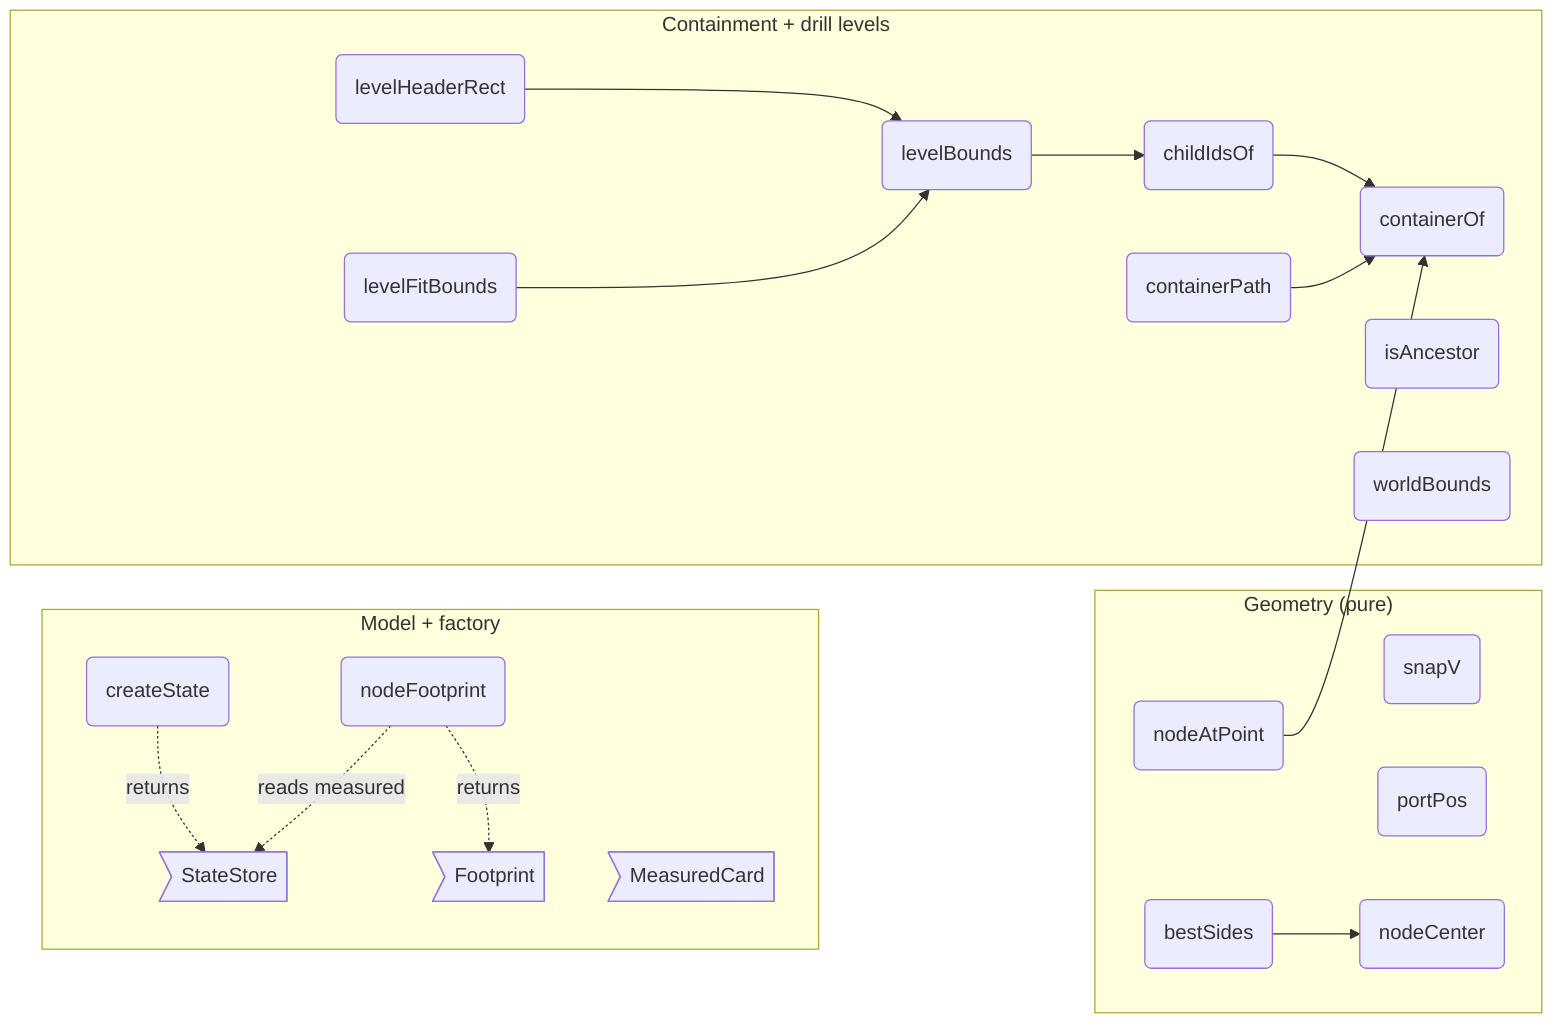
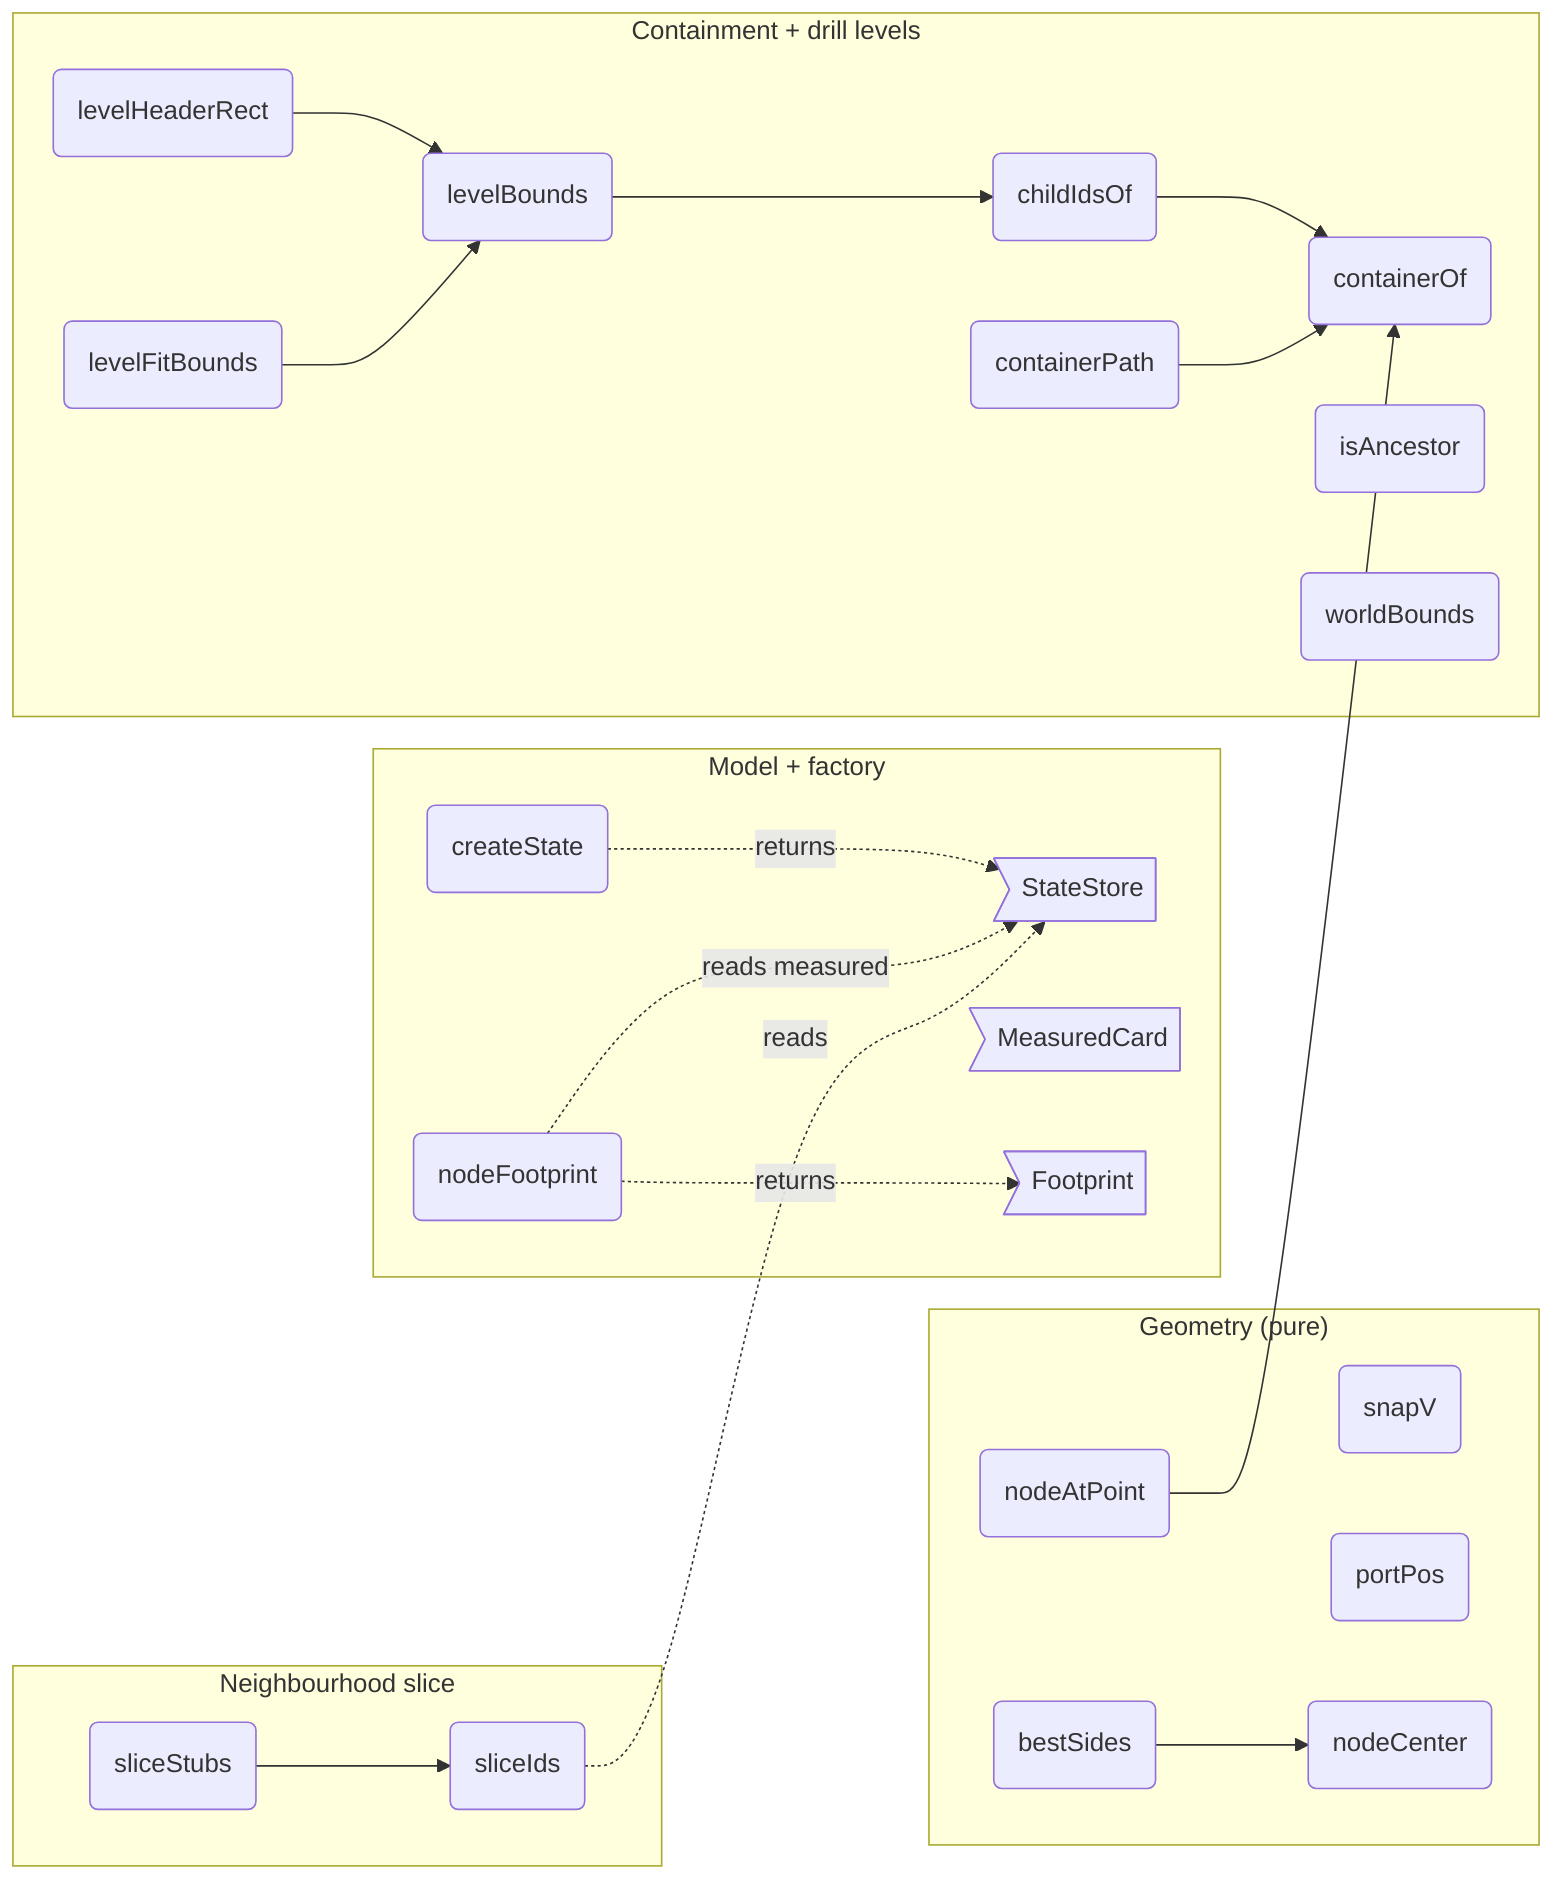
flowchart LR
%% root state

%% src StateStore src/core/state/state.ts#StateStore
%% kind StateStore type
%% fm:meta StateStore name=StateStore
%% fm:meta StateStore desc=source-of-truth model: nodes, edges, selection, id counters, dir, roots, measured cards
%% fm:meta StateStore state=nodes: Record<string, DiagramNode>
%% fm:meta StateStore state=edges: DiagramEdge[]
%% fm:meta StateStore state=sel: Set<string>
%% fm:meta StateStore state=roots: string[]

%% src MeasuredCard src/core/state/state.ts#MeasuredCard
%% kind MeasuredCard type
%% fm:meta MeasuredCard name=MeasuredCard
%% fm:meta MeasuredCard desc=last measured frontmatter-card size for a node, written by render post-paint pass

%% src Footprint src/core/state/state.ts#Footprint
%% kind Footprint type
%% fm:meta Footprint name=Footprint
%% fm:meta Footprint desc=on-canvas footprint rect in world pixels, node box plus frontmatter card

%% src createState src/core/state/state.ts#createState
%% kind createState function
%% fm:meta createState name=createState
%% fm:meta createState desc=create a fresh empty model with default counters and direction
%% fm:meta createState i0.name=createState
%% fm:meta createState i0.returns=StateStore

%% src nodeFootprint src/core/state/state.ts#nodeFootprint
%% kind nodeFootprint function
%% fm:meta nodeFootprint name=nodeFootprint
%% fm:meta nodeFootprint desc=footprint of a node (box plus card) read from the model alone
%% fm:meta nodeFootprint i0.name=nodeFootprint
%% fm:meta nodeFootprint i0.accepts=state: StateStore
%% fm:meta nodeFootprint i0.accepts=n: DiagramNode
%% fm:meta nodeFootprint i0.accepts=showFrontmatter: boolean
%% fm:meta nodeFootprint i0.returns=Footprint

%% src snapV src/core/state/state.ts#snapV
%% kind snapV function
%% fm:meta snapV name=snapV
%% fm:meta snapV desc=snap a coordinate to the grid when snap is on
%% fm:meta snapV i0.name=snapV
%% fm:meta snapV i0.accepts=v: number
%% fm:meta snapV i0.accepts=snap: boolean
%% fm:meta snapV i0.returns=number

%% src portPos src/core/state/state.ts#portPos
%% kind portPos function
%% fm:meta portPos name=portPos
%% fm:meta portPos desc=world-space position of a node port on a given side
%% fm:meta portPos i0.name=portPos
%% fm:meta portPos i0.accepts=node: DiagramNode
%% fm:meta portPos i0.accepts=side: PortSide
%% fm:meta portPos i0.returns=Point

%% src nodeCenter src/core/state/state.ts#nodeCenter
%% kind nodeCenter function
%% fm:meta nodeCenter name=nodeCenter
%% fm:meta nodeCenter desc=centre point of a node box
%% fm:meta nodeCenter i0.name=nodeCenter
%% fm:meta nodeCenter i0.accepts=n: DiagramNode
%% fm:meta nodeCenter i0.returns={ cx: number; cy: number }

%% src bestSides src/core/state/state.ts#bestSides
%% kind bestSides function
%% fm:meta bestSides name=bestSides
%% fm:meta bestSides desc=pick the nearest facing port sides for an edge between two nodes
%% fm:meta bestSides i0.name=bestSides
%% fm:meta bestSides i0.accepts=a: DiagramNode
%% fm:meta bestSides i0.accepts=b: DiagramNode
%% fm:meta bestSides i0.returns=[PortSide, PortSide]

%% src nodeAtPoint src/core/state/state.ts#nodeAtPoint
%% kind nodeAtPoint function
%% fm:meta nodeAtPoint name=nodeAtPoint
%% fm:meta nodeAtPoint desc=topmost node whose box contains a world point at one drill level
%% fm:meta nodeAtPoint i0.name=nodeAtPoint
%% fm:meta nodeAtPoint i0.accepts=state: StateStore
%% fm:meta nodeAtPoint i0.accepts=wx: number
%% fm:meta nodeAtPoint i0.accepts=wy: number
%% fm:meta nodeAtPoint i0.accepts=container: string | null
%% fm:meta nodeAtPoint i0.returns=string | null

%% src containerOf src/core/state/state.ts#containerOf
%% kind containerOf function
%% fm:meta containerOf name=containerOf
%% fm:meta containerOf desc=nearest non-group ancestor (the drill level a node lives at) or null
%% fm:meta containerOf i0.name=containerOf
%% fm:meta containerOf i0.accepts=state: StateStore
%% fm:meta containerOf i0.accepts=id: string
%% fm:meta containerOf i0.returns=string | null

%% src childIdsOf src/core/state/state.ts#childIdsOf
%% kind childIdsOf function
%% fm:meta childIdsOf name=childIdsOf
%% fm:meta childIdsOf desc=ids of every node living directly at a container drill level
%% fm:meta childIdsOf i0.name=childIdsOf
%% fm:meta childIdsOf i0.accepts=state: StateStore
%% fm:meta childIdsOf i0.accepts=container: string | null
%% fm:meta childIdsOf i0.returns=string[]

%% src containerPath src/core/state/state.ts#containerPath
%% kind containerPath function
%% fm:meta containerPath name=containerPath
%% fm:meta containerPath desc=root-first chain of non-group container ids enclosing a container
%% fm:meta containerPath i0.name=containerPath
%% fm:meta containerPath i0.accepts=state: StateStore
%% fm:meta containerPath i0.accepts=container: string | null
%% fm:meta containerPath i0.returns=string[]

%% src levelBounds src/core/state/state.ts#levelBounds
%% kind levelBounds function
%% fm:meta levelBounds name=levelBounds
%% fm:meta levelBounds desc=bounding box of just the nodes at a container level, or null when empty
%% fm:meta levelBounds i0.name=levelBounds
%% fm:meta levelBounds i0.accepts=state: StateStore
%% fm:meta levelBounds i0.accepts=container: string | null
%% fm:meta levelBounds i0.returns={ minX: number; minY: number; maxX: number; maxY: number } | null

%% src levelHeaderRect src/core/state/state.ts#levelHeaderRect
%% kind levelHeaderRect function
%% fm:meta levelHeaderRect name=levelHeaderRect
%% fm:meta levelHeaderRect desc=where to draw the container node above its children on a drilled level
%% fm:meta levelHeaderRect i0.name=levelHeaderRect
%% fm:meta levelHeaderRect i0.accepts=state: StateStore
%% fm:meta levelHeaderRect i0.accepts=container: string | null
%% fm:meta levelHeaderRect i0.returns={ x: number; y: number; w: number; h: number } | null

%% src levelFitBounds src/core/state/state.ts#levelFitBounds
%% kind levelFitBounds function
%% fm:meta levelFitBounds name=levelFitBounds
%% fm:meta levelFitBounds desc=bounds the camera should fit at a level, children plus the container node
%% fm:meta levelFitBounds i0.name=levelFitBounds
%% fm:meta levelFitBounds i0.accepts=state: StateStore
%% fm:meta levelFitBounds i0.accepts=container: string | null
%% fm:meta levelFitBounds i0.returns={ minX: number; minY: number; maxX: number; maxY: number } | null

%% src isAncestor src/core/state/state.ts#isAncestor
%% kind isAncestor function
%% fm:meta isAncestor name=isAncestor
%% fm:meta isAncestor desc=true when anc sits somewhere on a node parent chain (cycle guard)
%% fm:meta isAncestor i0.name=isAncestor
%% fm:meta isAncestor i0.accepts=state: StateStore
%% fm:meta isAncestor i0.accepts=anc: string
%% fm:meta isAncestor i0.accepts=node: string
%% fm:meta isAncestor i0.returns=boolean

%% src worldBounds src/core/state/state.ts#worldBounds
%% kind worldBounds function
%% fm:meta worldBounds name=worldBounds
%% fm:meta worldBounds desc=bounding box of all nodes in the model, or null when empty
%% fm:meta worldBounds i0.name=worldBounds
%% fm:meta worldBounds i0.accepts=state: StateStore
%% fm:meta worldBounds i0.returns={ minX: number; minY: number; maxX: number; maxY: number } | null

+ %% src sliceIds src/core/state/state.ts#sliceIds
+ %% kind sliceIds function
+ %% fm:meta sliceIds name=sliceIds
+ %% fm:meta sliceIds desc=neighbourhood id set of a node: transitive solid up/down plus 1-hop dotted refs (the slice panel's keep set)
+ %% fm:meta sliceIds i0.name=sliceIds
+ %% fm:meta sliceIds i0.accepts=state: StateStore
+ %% fm:meta sliceIds i0.accepts=id: string
+ %% fm:meta sliceIds i0.returns=Set<string>
+ 
+ %% src sliceStubs src/core/state/state.ts#sliceStubs
+ %% kind sliceStubs function
+ %% fm:meta sliceStubs name=sliceStubs
+ %% fm:meta sliceStubs desc=boundary stubs of a keep set: 1-hop neighbours that fall outside it, drawn as edge endpoints in a slice
+ %% fm:meta sliceStubs i0.name=sliceStubs
+ %% fm:meta sliceStubs i0.accepts=state: StateStore
+ %% fm:meta sliceStubs i0.accepts=keep: Set<string>
+ %% fm:meta sliceStubs i0.returns=Set<string>
+ 
%% parent st_model state
%% parent st_geom state
%% parent st_levels state
+ %% parent st_slice state

  subgraph st_model ["Model + factory"]
    StateStore>"StateStore"]
    MeasuredCard>"MeasuredCard"]
    Footprint>"Footprint"]
    createState("createState")
    nodeFootprint("nodeFootprint")
  end
  subgraph st_geom ["Geometry (pure)"]
    snapV("snapV")
    portPos("portPos")
    nodeCenter("nodeCenter")
    bestSides("bestSides")
    nodeAtPoint("nodeAtPoint")
  end
  subgraph st_levels ["Containment + drill levels"]
    containerOf("containerOf")
    childIdsOf("childIdsOf")
    containerPath("containerPath")
    levelBounds("levelBounds")
    levelHeaderRect("levelHeaderRect")
    levelFitBounds("levelFitBounds")
    isAncestor("isAncestor")
    worldBounds("worldBounds")
  end
+   subgraph st_slice ["Neighbourhood slice"]
+     sliceIds("sliceIds")
+     sliceStubs("sliceStubs")
+   end

  bestSides --> nodeCenter
  nodeAtPoint --> containerOf
  childIdsOf --> containerOf
  containerPath --> containerOf
  levelBounds --> childIdsOf
  levelHeaderRect --> levelBounds
  levelFitBounds --> levelBounds
+   sliceStubs --> sliceIds
  createState -.->|returns| StateStore
  nodeFootprint -.->|returns| Footprint
  nodeFootprint -.->|reads measured| StateStore
+   sliceIds -.->|reads| StateStore
